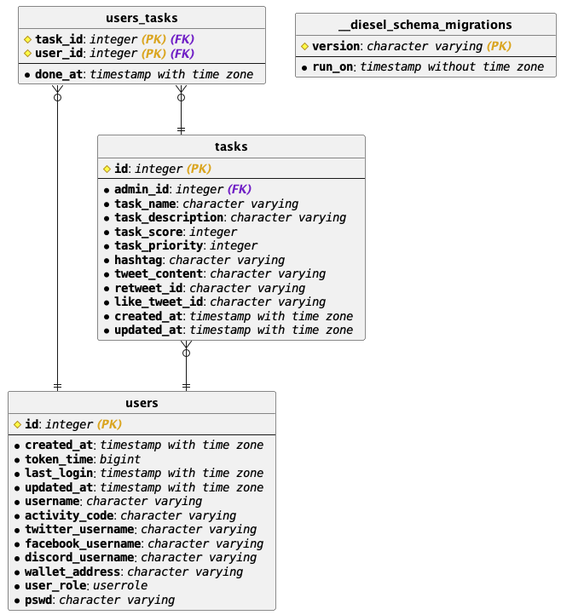
This is infra/panel.png from wildonion/gem, a PlantUML export, as it was before one commit.
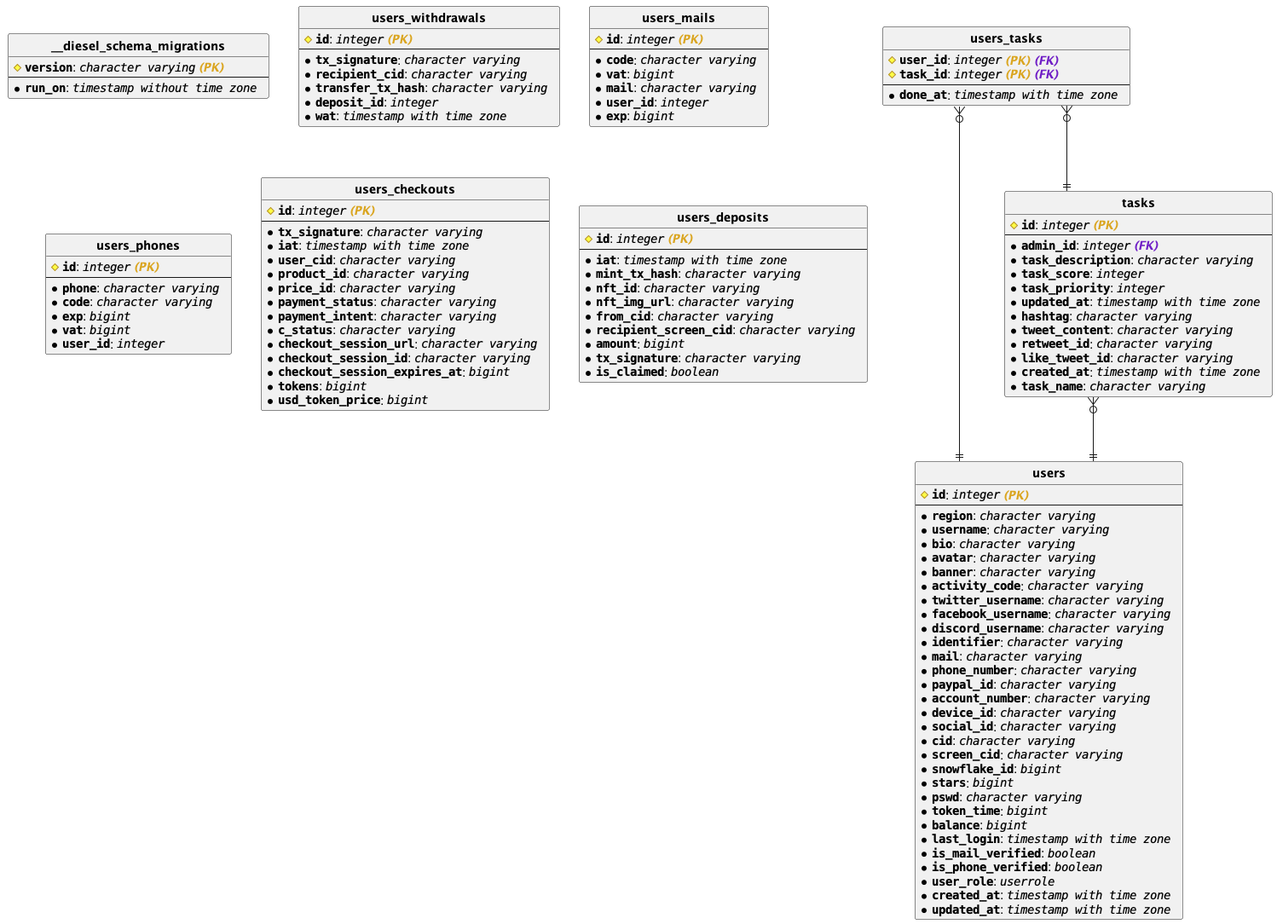
After the change.

Change to the diagram source:
```diff
@@ -2,46 +2,6 @@
 
 hide circle
 skinparam linetype ortho
-
-entity "**users**" {
-# <b>""id""</b>: //""integer"" <b><color:goldenrod>(PK) </color></b> //
----
-* <b>""created_at""</b>: //""timestamp with time zone""  //
-* <b>""token_time""</b>: //""bigint""  //
-* <b>""last_login""</b>: //""timestamp with time zone""  //
-* <b>""updated_at""</b>: //""timestamp with time zone""  //
-* <b>""username""</b>: //""character varying""  //
-* <b>""activity_code""</b>: //""character varying""  //
-* <b>""twitter_username""</b>: //""character varying""  //
-* <b>""facebook_username""</b>: //""character varying""  //
-* <b>""discord_username""</b>: //""character varying""  //
-* <b>""wallet_address""</b>: //""character varying""  //
-* <b>""user_role""</b>: //""userrole""  //
-* <b>""pswd""</b>: //""character varying""  //
-}
-
-entity "**tasks**" {
-# <b>""id""</b>: //""integer"" <b><color:goldenrod>(PK) </color></b> //
----
-* <b>""admin_id""</b>: //""integer"" <b><color:701fc6>(FK) </color></b> //
-* <b>""task_name""</b>: //""character varying""  //
-* <b>""task_description""</b>: //""character varying""  //
-* <b>""task_score""</b>: //""integer""  //
-* <b>""task_priority""</b>: //""integer""  //
-* <b>""hashtag""</b>: //""character varying""  //
-* <b>""tweet_content""</b>: //""character varying""  //
-* <b>""retweet_id""</b>: //""character varying""  //
-* <b>""like_tweet_id""</b>: //""character varying""  //
-* <b>""created_at""</b>: //""timestamp with time zone""  //
-* <b>""updated_at""</b>: //""timestamp with time zone""  //
-}
-
-entity "**users_tasks**" {
-# <b>""task_id""</b>: //""integer"" <b><color:goldenrod>(PK) </color></b><b><color:701fc6>(FK) </color></b> //
-# <b>""user_id""</b>: //""integer"" <b><color:goldenrod>(PK) </color></b><b><color:701fc6>(FK) </color></b> //
----
-* <b>""done_at""</b>: //""timestamp with time zone""  //
-}
 
 entity "**__diesel_schema_migrations**" {
 # <b>""version""</b>: //""character varying"" <b><color:goldenrod>(PK) </color></b> //
@@ -49,12 +9,131 @@
 * <b>""run_on""</b>: //""timestamp without time zone""  //
 }
 
+entity "**users_tasks**" {
+# <b>""user_id""</b>: //""integer"" <b><color:goldenrod>(PK) </color></b><b><color:701fc6>(FK) </color></b> //
+# <b>""task_id""</b>: //""integer"" <b><color:goldenrod>(PK) </color></b><b><color:701fc6>(FK) </color></b> //
+---
+* <b>""done_at""</b>: //""timestamp with time zone""  //
+}
 
-"**tasks**" }o--|| "**users**"
+entity "**users_withdrawals**" {
+# <b>""id""</b>: //""integer"" <b><color:goldenrod>(PK) </color></b> //
+---
+* <b>""tx_signature""</b>: //""character varying""  //
+* <b>""recipient_cid""</b>: //""character varying""  //
+* <b>""transfer_tx_hash""</b>: //""character varying""  //
+* <b>""deposit_id""</b>: //""integer""  //
+* <b>""wat""</b>: //""timestamp with time zone""  //
+}
+
+entity "**users_mails**" {
+# <b>""id""</b>: //""integer"" <b><color:goldenrod>(PK) </color></b> //
+---
+* <b>""code""</b>: //""character varying""  //
+* <b>""vat""</b>: //""bigint""  //
+* <b>""mail""</b>: //""character varying""  //
+* <b>""user_id""</b>: //""integer""  //
+* <b>""exp""</b>: //""bigint""  //
+}
+
+entity "**users_phones**" {
+# <b>""id""</b>: //""integer"" <b><color:goldenrod>(PK) </color></b> //
+---
+* <b>""phone""</b>: //""character varying""  //
+* <b>""code""</b>: //""character varying""  //
+* <b>""exp""</b>: //""bigint""  //
+* <b>""vat""</b>: //""bigint""  //
+* <b>""user_id""</b>: //""integer""  //
+}
+
+entity "**users_checkouts**" {
+# <b>""id""</b>: //""integer"" <b><color:goldenrod>(PK) </color></b> //
+---
+* <b>""tx_signature""</b>: //""character varying""  //
+* <b>""iat""</b>: //""timestamp with time zone""  //
+* <b>""user_cid""</b>: //""character varying""  //
+* <b>""product_id""</b>: //""character varying""  //
+* <b>""price_id""</b>: //""character varying""  //
+* <b>""payment_status""</b>: //""character varying""  //
+* <b>""payment_intent""</b>: //""character varying""  //
+* <b>""c_status""</b>: //""character varying""  //
+* <b>""checkout_session_url""</b>: //""character varying""  //
+* <b>""checkout_session_id""</b>: //""character varying""  //
+* <b>""checkout_session_expires_at""</b>: //""bigint""  //
+* <b>""tokens""</b>: //""bigint""  //
+* <b>""usd_token_price""</b>: //""bigint""  //
+}
+
+entity "**users**" {
+# <b>""id""</b>: //""integer"" <b><color:goldenrod>(PK) </color></b> //
+---
+* <b>""region""</b>: //""character varying""  //
+* <b>""username""</b>: //""character varying""  //
+* <b>""bio""</b>: //""character varying""  //
+* <b>""avatar""</b>: //""character varying""  //
+* <b>""banner""</b>: //""character varying""  //
+* <b>""activity_code""</b>: //""character varying""  //
+* <b>""twitter_username""</b>: //""character varying""  //
+* <b>""facebook_username""</b>: //""character varying""  //
+* <b>""discord_username""</b>: //""character varying""  //
+* <b>""identifier""</b>: //""character varying""  //
+* <b>""mail""</b>: //""character varying""  //
+* <b>""phone_number""</b>: //""character varying""  //
+* <b>""paypal_id""</b>: //""character varying""  //
+* <b>""account_number""</b>: //""character varying""  //
+* <b>""device_id""</b>: //""character varying""  //
+* <b>""social_id""</b>: //""character varying""  //
+* <b>""cid""</b>: //""character varying""  //
+* <b>""screen_cid""</b>: //""character varying""  //
+* <b>""snowflake_id""</b>: //""bigint""  //
+* <b>""stars""</b>: //""bigint""  //
+* <b>""pswd""</b>: //""character varying""  //
+* <b>""token_time""</b>: //""bigint""  //
+* <b>""balance""</b>: //""bigint""  //
+* <b>""last_login""</b>: //""timestamp with time zone""  //
+* <b>""is_mail_verified""</b>: //""boolean""  //
+* <b>""is_phone_verified""</b>: //""boolean""  //
+* <b>""user_role""</b>: //""userrole""  //
+* <b>""created_at""</b>: //""timestamp with time zone""  //
+* <b>""updated_at""</b>: //""timestamp with time zone""  //
+}
+
+entity "**tasks**" {
+# <b>""id""</b>: //""integer"" <b><color:goldenrod>(PK) </color></b> //
+---
+* <b>""admin_id""</b>: //""integer"" <b><color:701fc6>(FK) </color></b> //
+* <b>""task_description""</b>: //""character varying""  //
+* <b>""task_score""</b>: //""integer""  //
+* <b>""task_priority""</b>: //""integer""  //
+* <b>""updated_at""</b>: //""timestamp with time zone""  //
+* <b>""hashtag""</b>: //""character varying""  //
+* <b>""tweet_content""</b>: //""character varying""  //
+* <b>""retweet_id""</b>: //""character varying""  //
+* <b>""like_tweet_id""</b>: //""character varying""  //
+* <b>""created_at""</b>: //""timestamp with time zone""  //
+* <b>""task_name""</b>: //""character varying""  //
+}
+
+entity "**users_deposits**" {
+# <b>""id""</b>: //""integer"" <b><color:goldenrod>(PK) </color></b> //
+---
+* <b>""iat""</b>: //""timestamp with time zone""  //
+* <b>""mint_tx_hash""</b>: //""character varying""  //
+* <b>""nft_id""</b>: //""character varying""  //
+* <b>""nft_img_url""</b>: //""character varying""  //
+* <b>""from_cid""</b>: //""character varying""  //
+* <b>""recipient_screen_cid""</b>: //""character varying""  //
+* <b>""amount""</b>: //""bigint""  //
+* <b>""tx_signature""</b>: //""character varying""  //
+* <b>""is_claimed""</b>: //""boolean""  //
+}
+
 
 "**users_tasks**" }o--|| "**users**"
 
 "**users_tasks**" }o--|| "**tasks**"
 
+"**tasks**" }o--|| "**users**"
+
 
 @enduml
```
